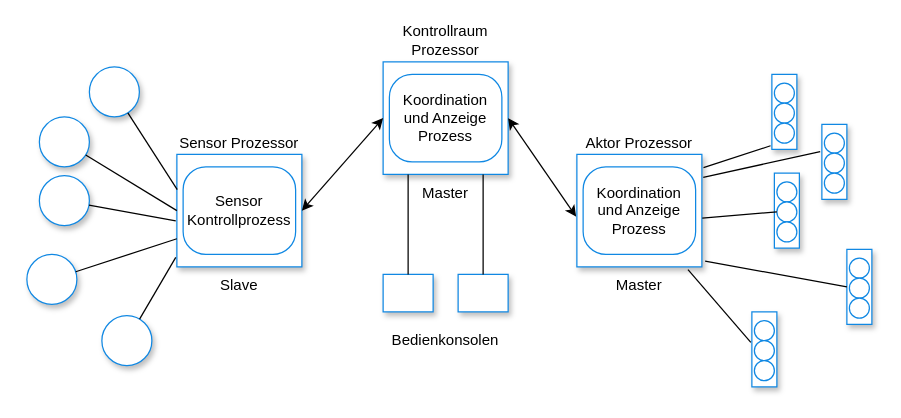
Above: chapter17/img/Ampel.drawio in leonbrandt/SGSE22 (draw.io), before the change. Source tidied: cells renumbered, new cells numbered last; positions are measured from the earlier drawing's top-left corner, leaving out a move shared by most shapes. Both pictures are drawn from the tidied source at 125%, with x=0, y=0 at pixel (26, 61).
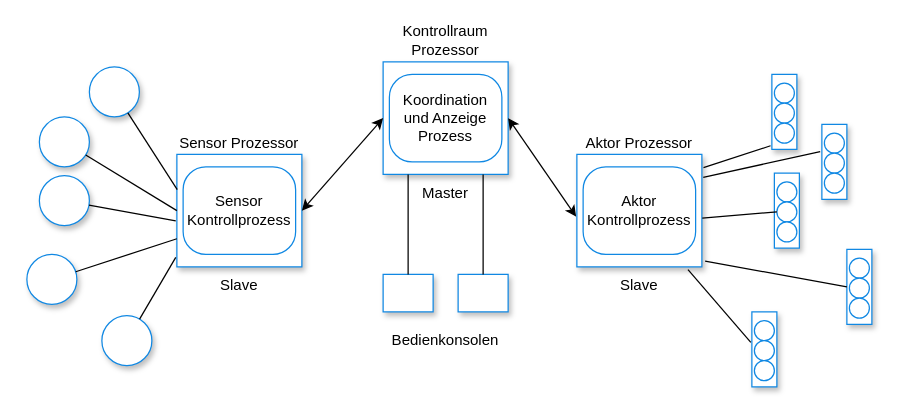
The same diagram, later.

Diff of the diagram source:
```diff
@@
-    <mxCell id="16" value="Koordination und Anzeige Prozess" style="rounded=1;whiteSpace=wrap;html=1;fillColor=#FFFFFF;strokeColor=#1088E3;strokeWidth=1;shadow=0;arcSize=26;" parent="1" vertex="1">
+    <mxCell id="16" value="Aktor&lt;br&gt;Kontrollprozess" style="rounded=1;whiteSpace=wrap;html=1;fillColor=#FFFFFF;strokeColor=#1088E3;strokeWidth=1;shadow=0;arcSize=26;" parent="1" vertex="1">
       <mxGeometry x="445" y="84" width="90" height="70" as="geometry" />
     </mxCell>
-    <mxCell id="17" value="Master" style="text;html=1;strokeColor=none;fillColor=none;align=center;verticalAlign=middle;whiteSpace=wrap;rounded=0;shadow=0;" parent="1" vertex="1">
+    <mxCell id="17" value="Slave" style="text;html=1;strokeColor=none;fillColor=none;align=center;verticalAlign=middle;whiteSpace=wrap;rounded=0;shadow=0;" parent="1" vertex="1">
       <mxGeometry x="460" y="164" width="60" height="30" as="geometry" />
     </mxCell>
```
